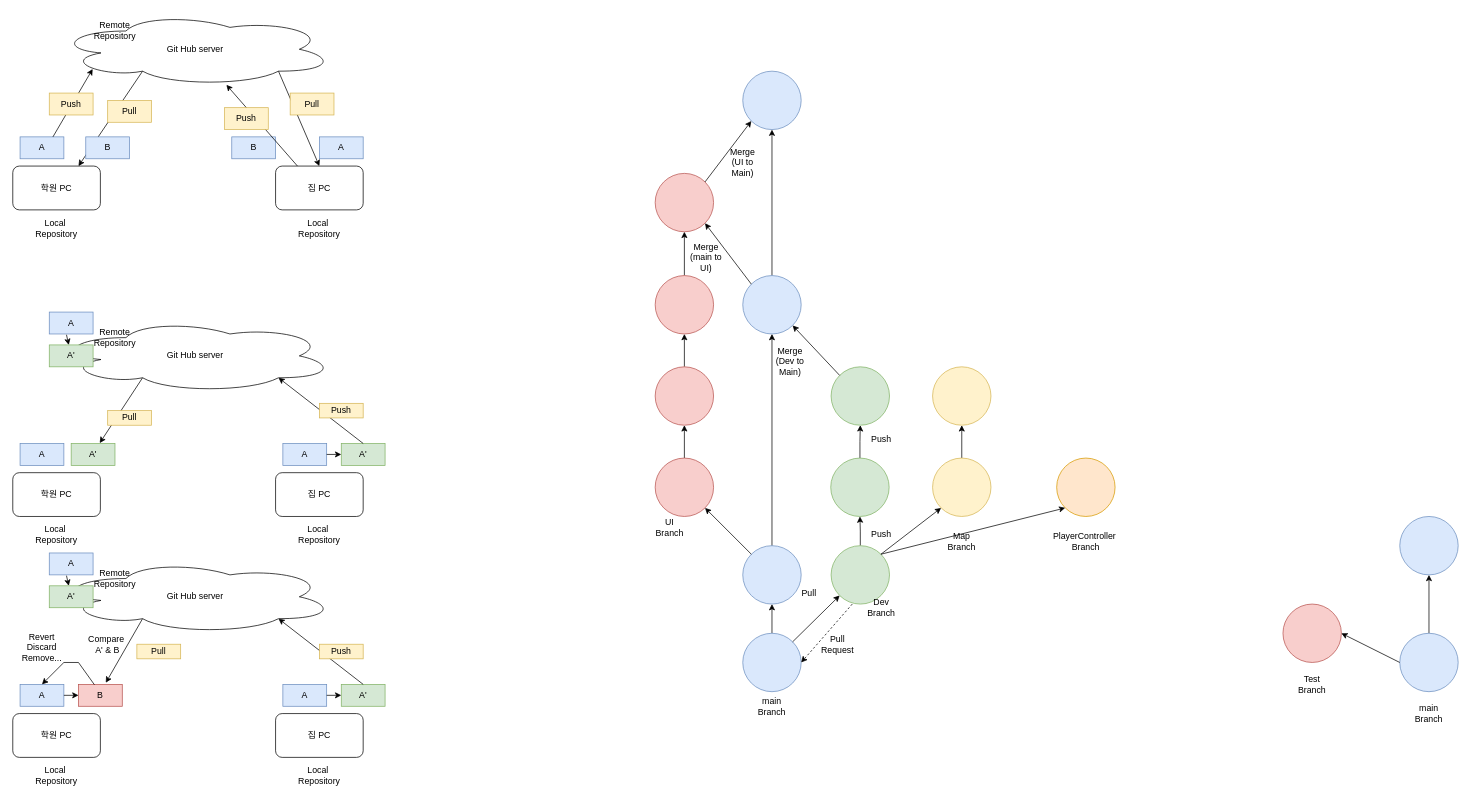
Before: GitHub.drawio in luke-youngmin-cho/Client_1st, a draw.io diagram. Source tidied: cells renumbered, new cells numbered last; positions are measured from the earlier drawing's top-left corner, leaving out a move shared by most shapes. Both pictures are drawn from the tidied source at 73%, with x=0, y=0 at pixel (12, 12).
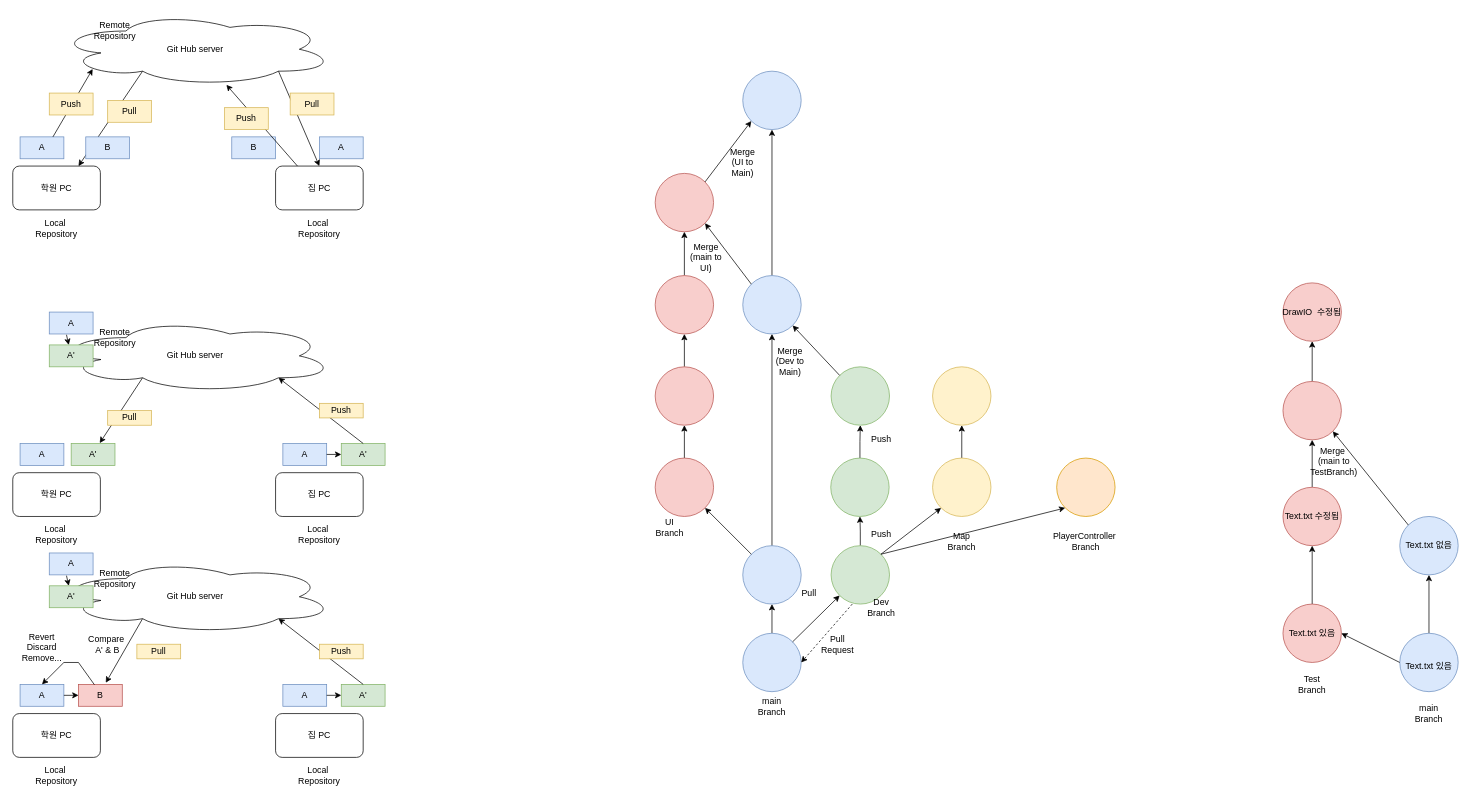
After the change.

Commit message:
GitHub Concept

Updated DrawIO.

The change refers to these unchanged cells:
```xml
<mxCell id="105" style="ellipse;whiteSpace=wrap;html=1;fillColor=#dae8fc;strokeColor=#6c8ebf;" parent="1" vertex="1">
  <mxGeometry x="1900" y="690" width="80" height="80" as="geometry" />
</mxCell>
<mxCell id="106" style="ellipse;whiteSpace=wrap;html=1;fillColor=#f8cecc;strokeColor=#b85450;" parent="1" vertex="1">
  <mxGeometry x="1740" y="810" width="80" height="80" as="geometry" />
</mxCell>
```

The edit, as a diff of the source:
```diff
@@
+    <mxCell id="110" style="edgeStyle=orthogonalEdgeStyle;rounded=0;jettySize=auto;html=1;entryX=0.5;entryY=1;entryDx=0;entryDy=0;" parent="1" edge="1" source="106" target="112">
+      <mxGeometry relative="1" as="geometry" />
+    </mxCell>
@@
+    <mxCell id="111" style="edgeStyle=orthogonalEdgeStyle;rounded=0;jettySize=auto;html=1;entryX=0.5;entryY=1;entryDx=0;entryDy=0;" parent="1" edge="1" source="112" target="118">
+      <mxGeometry relative="1" as="geometry" />
+    </mxCell>
+    <mxCell id="112" style="ellipse;whiteSpace=wrap;html=1;fillColor=#f8cecc;strokeColor=#b85450;" parent="1" vertex="1">
+      <mxGeometry x="1740" y="650" width="80" height="80" as="geometry" />
+    </mxCell>
+    <mxCell id="113" value="Text.txt 있음" style="text;html=1;strokeColor=none;fillColor=none;align=center;verticalAlign=middle;whiteSpace=wrap;rounded=0;" parent="1" vertex="1">
+      <mxGeometry x="1900" y="880" width="80" height="30" as="geometry" />
+    </mxCell>
+    <mxCell id="114" value="Text.txt 있음" style="text;html=1;strokeColor=none;fillColor=none;align=center;verticalAlign=middle;whiteSpace=wrap;rounded=0;" parent="1" vertex="1">
+      <mxGeometry x="1740" y="835" width="80" height="30" as="geometry" />
+    </mxCell>
+    <mxCell id="115" value="Text.txt 없음" style="text;html=1;strokeColor=none;fillColor=none;align=center;verticalAlign=middle;whiteSpace=wrap;rounded=0;" parent="1" vertex="1">
+      <mxGeometry x="1900" y="715" width="80" height="30" as="geometry" />
+    </mxCell>
+    <mxCell id="116" value="Text.txt 수정됨" style="text;html=1;strokeColor=none;fillColor=none;align=center;verticalAlign=middle;whiteSpace=wrap;rounded=0;" parent="1" vertex="1">
+      <mxGeometry x="1730" y="675" width="100" height="30" as="geometry" />
+    </mxCell>
+    <mxCell id="117" style="edgeStyle=orthogonalEdgeStyle;rounded=0;jettySize=auto;html=1;" parent="1" edge="1" source="118" target="121">
+      <mxGeometry relative="1" as="geometry" />
+    </mxCell>
+    <mxCell id="118" style="ellipse;whiteSpace=wrap;html=1;fillColor=#f8cecc;strokeColor=#b85450;" parent="1" vertex="1">
+      <mxGeometry x="1740" y="505" width="80" height="80" as="geometry" />
+    </mxCell>
+    <mxCell id="119" style="endArrow=classic;html=1;rounded=0;entryX=1;entryY=1;entryDx=0;entryDy=0;exitX=0;exitY=0;exitDx=0;exitDy=0;" parent="1" edge="1" source="105" target="118">
+      <mxGeometry relative="1" as="geometry" />
+    </mxCell>
+    <mxCell id="120" value="Merge&amp;nbsp;&lt;br&gt;(main to TestBranch)" style="text;html=1;strokeColor=none;fillColor=none;align=center;verticalAlign=middle;whiteSpace=wrap;rounded=0;" parent="1" vertex="1">
+      <mxGeometry x="1760" y="600" width="100" height="30" as="geometry" />
+    </mxCell>
+    <mxCell id="121" style="ellipse;whiteSpace=wrap;html=1;fillColor=#f8cecc;strokeColor=#b85450;" parent="1" vertex="1">
+      <mxGeometry x="1740" y="370" width="80" height="80" as="geometry" />
+    </mxCell>
+    <mxCell id="122" value="DrawIO&amp;nbsp; 수정됨" style="text;html=1;strokeColor=none;fillColor=none;align=center;verticalAlign=middle;whiteSpace=wrap;rounded=0;" parent="1" vertex="1">
+      <mxGeometry x="1730" y="395" width="100" height="30" as="geometry" />
+    </mxCell>
```
